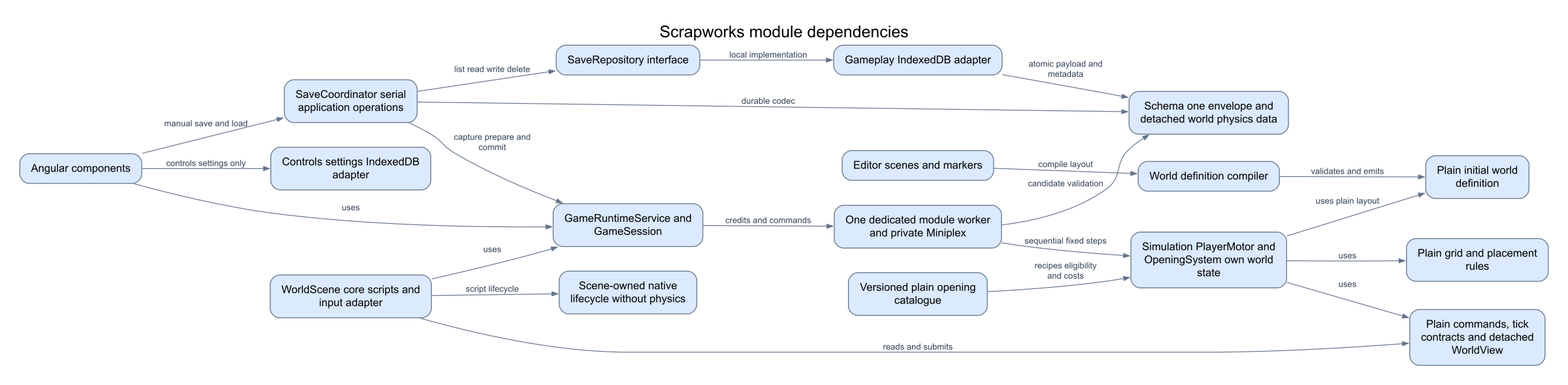
Googlproxer/Scrapworks keeps this Mermaid diagram as docs/diagrams/module-dependencies.png. Above is the earlier version. Its source is kept beside it as docs/diagrams/src/module-dependencies.mmd.
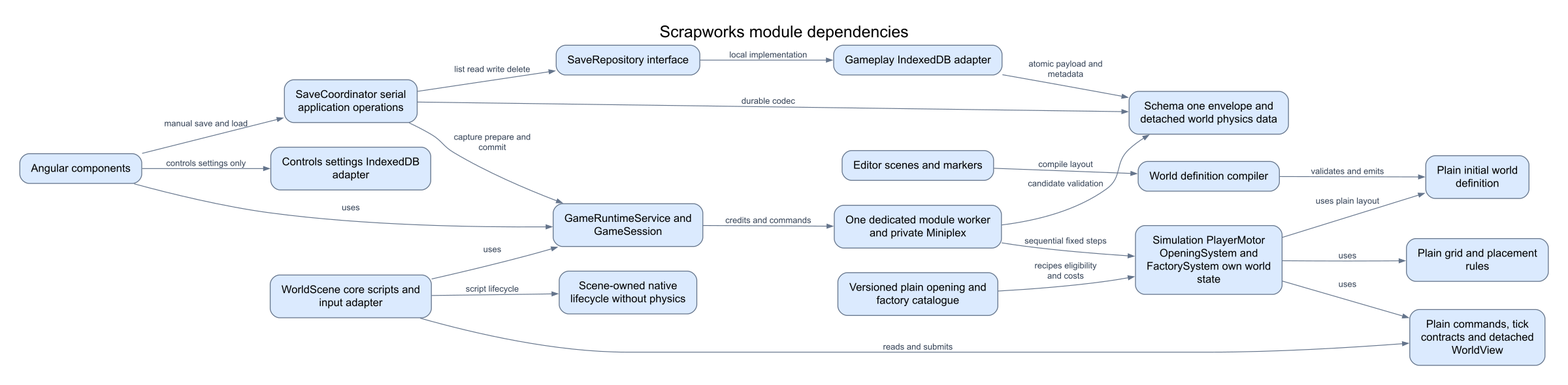
The same diagram one commit later.

Diff of the diagram source:
```diff
@@ -6,8 +6,8 @@
     Compiler[World definition compiler]
     Definition[Plain initial world definition]
     Application[GameRuntimeService and GameSession]
-    Simulation[Simulation PlayerMotor and OpeningSystem own world state]
-    Content[Versioned plain opening catalogue]
+    Simulation[Simulation PlayerMotor OpeningSystem and FactorySystem own world state]
+    Content[Versioned plain opening and factory catalogue]
     Grid[Plain grid and placement rules]
     Model[Plain commands, tick contracts and detached WorldView]
     Settings[Controls settings IndexedDB adapter]
```
